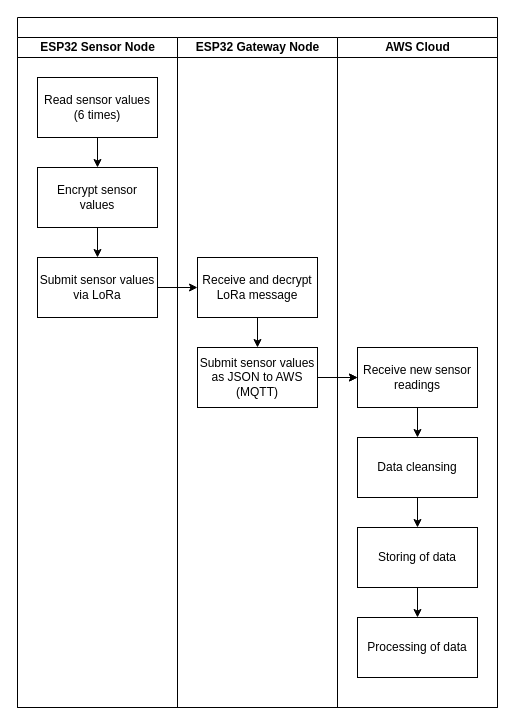
Above: Firmware_highlevel_overview.drawio in goblingift/DrawIO (draw.io), before the change. Source tidied: cells renumbered, new cells numbered last; positions are measured from the earlier drawing's top-left corner, leaving out a move shared by most shapes. Both pictures are drawn from the tidied source at 100%, with x=0, y=0 at pixel (17, 17).
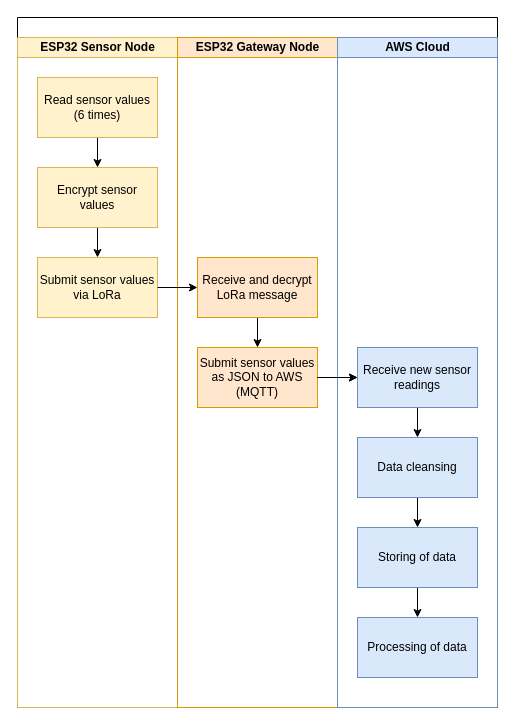
After the change.

Unchanged cells that the change refers to:
```xml
<mxCell id="2" style="swimlane;html=1;startSize=20;rounded=0;shadow=0;labelBackgroundColor=none;strokeWidth=1;fontFamily=Verdana;fontSize=8;align=center;" parent="1" vertex="1">
  <mxGeometry width="480" height="690" as="geometry" />
</mxCell>
```

Change to the diagram source:
```diff
@@
-    <mxCell id="3" value="ESP32 Sensor Node" style="swimlane;html=1;startSize=20;" parent="2" vertex="1">
+    <mxCell id="3" value="ESP32 Sensor Node" style="swimlane;html=1;startSize=20;fillColor=#fff2cc;strokeColor=#d6b656;" parent="2" vertex="1">
       <mxGeometry y="20" width="160" height="670" as="geometry" />
     </mxCell>
@@
-    <mxCell id="5" value="Read sensor values&lt;br&gt;(6 times)" style="whiteSpace=wrap;html=1;" parent="3" vertex="1">
+    <mxCell id="5" value="Read sensor values&lt;br&gt;(6 times)" style="whiteSpace=wrap;html=1;fillColor=#fff2cc;strokeColor=#d6b656;" parent="3" vertex="1">
       <mxGeometry x="20" y="40" width="120" height="60" as="geometry" />
     </mxCell>
-    <mxCell id="6" value="Submit sensor values via LoRa" style="whiteSpace=wrap;html=1;" parent="3" vertex="1">
+    <mxCell id="6" value="Submit sensor values via LoRa" style="whiteSpace=wrap;html=1;fillColor=#fff2cc;strokeColor=#d6b656;" parent="3" vertex="1">
       <mxGeometry x="20" y="220" width="120" height="60" as="geometry" />
     </mxCell>
@@
-    <mxCell id="8" value="Encrypt sensor values" style="whiteSpace=wrap;html=1;" parent="3" vertex="1">
+    <mxCell id="8" value="Encrypt sensor values" style="whiteSpace=wrap;html=1;fillColor=#fff2cc;strokeColor=#d6b656;" parent="3" vertex="1">
       <mxGeometry x="20" y="130" width="120" height="60" as="geometry" />
     </mxCell>
-    <mxCell id="9" value="ESP32 Gateway Node" style="swimlane;html=1;startSize=20;" parent="2" vertex="1">
+    <mxCell id="9" value="ESP32 Gateway Node" style="swimlane;html=1;startSize=20;fillColor=#ffe6cc;strokeColor=#d79b00;" parent="2" vertex="1">
       <mxGeometry x="160" y="20" width="160" height="670" as="geometry" />
     </mxCell>
@@
-    <mxCell id="11" value="Receive and decrypt LoRa message" style="whiteSpace=wrap;html=1;" parent="9" vertex="1">
+    <mxCell id="11" value="Receive and decrypt LoRa message" style="whiteSpace=wrap;html=1;fillColor=#ffe6cc;strokeColor=#d79b00;" parent="9" vertex="1">
       <mxGeometry x="20" y="220" width="120" height="60" as="geometry" />
     </mxCell>
-    <mxCell id="12" value="Submit sensor values as JSON to AWS (MQTT)" style="whiteSpace=wrap;html=1;" parent="9" vertex="1">
+    <mxCell id="12" value="Submit sensor values as JSON to AWS (MQTT)" style="whiteSpace=wrap;html=1;fillColor=#ffe6cc;strokeColor=#d79b00;" parent="9" vertex="1">
       <mxGeometry x="20" y="310" width="120" height="60" as="geometry" />
     </mxCell>
-    <mxCell id="13" value="AWS Cloud" style="swimlane;html=1;startSize=20;" parent="2" vertex="1">
+    <mxCell id="13" value="AWS Cloud" style="swimlane;html=1;startSize=20;fillColor=#dae8fc;strokeColor=#6c8ebf;" parent="2" vertex="1">
       <mxGeometry x="320" y="20" width="160" height="670" as="geometry" />
     </mxCell>
@@
-    <mxCell id="15" value="Receive new sensor readings" style="whiteSpace=wrap;html=1;" parent="13" vertex="1">
+    <mxCell id="15" value="Receive new sensor readings" style="whiteSpace=wrap;html=1;fillColor=#dae8fc;strokeColor=#6c8ebf;" parent="13" vertex="1">
       <mxGeometry x="20" y="310" width="120" height="60" as="geometry" />
     </mxCell>
@@
-    <mxCell id="17" value="Data cleansing" style="whiteSpace=wrap;html=1;" parent="13" vertex="1">
+    <mxCell id="17" value="Data cleansing" style="whiteSpace=wrap;html=1;fillColor=#dae8fc;strokeColor=#6c8ebf;" parent="13" vertex="1">
       <mxGeometry x="20" y="400" width="120" height="60" as="geometry" />
     </mxCell>
@@
-    <mxCell id="19" value="Storing of data" style="whiteSpace=wrap;html=1;" parent="13" vertex="1">
+    <mxCell id="19" value="Storing of data" style="whiteSpace=wrap;html=1;fillColor=#dae8fc;strokeColor=#6c8ebf;" parent="13" vertex="1">
       <mxGeometry x="20" y="490" width="120" height="60" as="geometry" />
     </mxCell>
-    <mxCell id="20" value="Processing of data" style="whiteSpace=wrap;html=1;" parent="13" vertex="1">
+    <mxCell id="20" value="Processing of data" style="whiteSpace=wrap;html=1;fillColor=#dae8fc;strokeColor=#6c8ebf;" parent="13" vertex="1">
       <mxGeometry x="20" y="580" width="120" height="60" as="geometry" />
     </mxCell>
```
